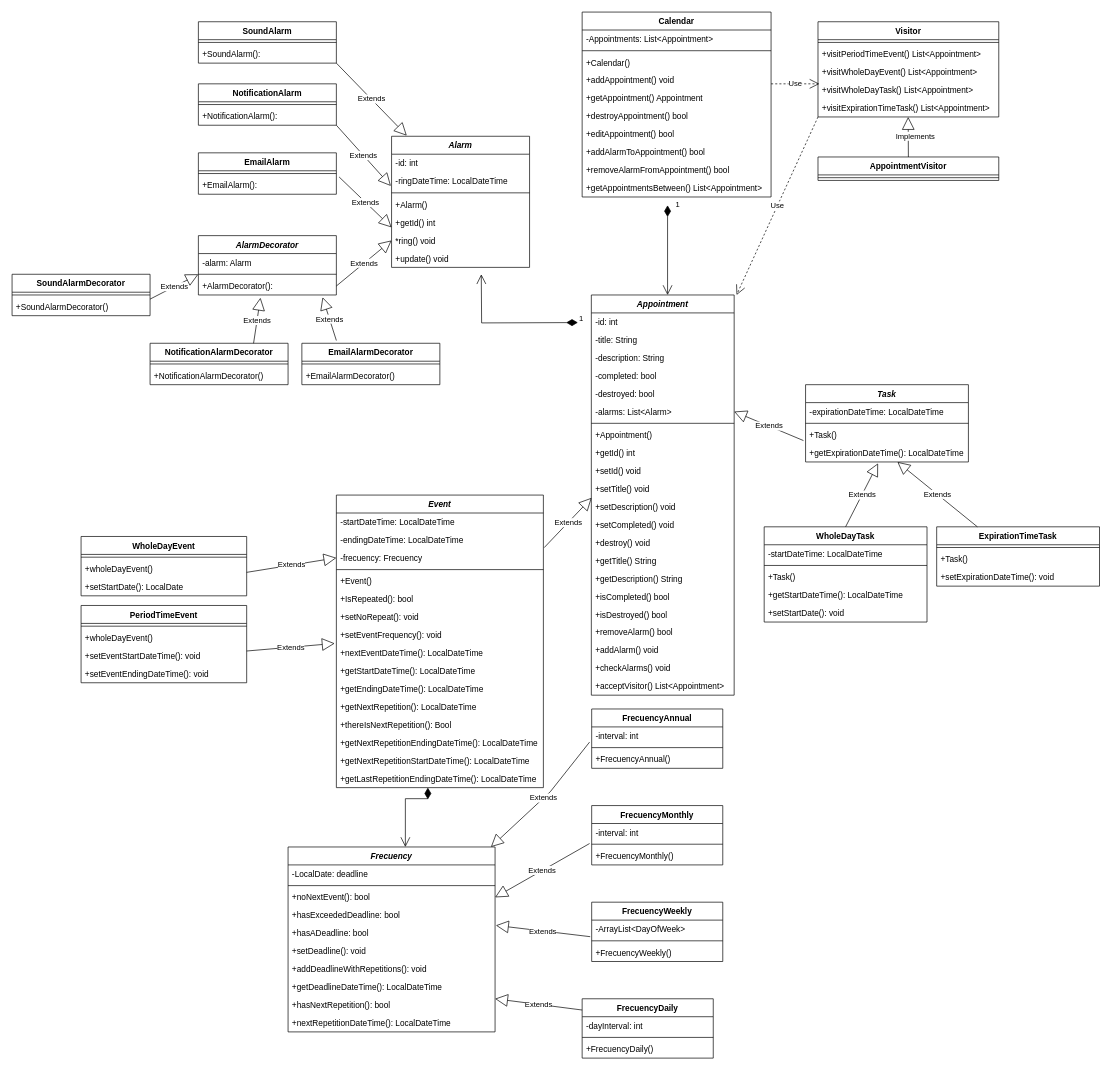
Earlier version of the draw.io diagram doc/Calendar/UML-Calendar_Class_Diagram.drawio (gmenendez0/Calendar). Source tidied: cells renumbered, new cells numbered last; positions are measured from the earlier drawing's top-left corner, leaving out a move shared by most shapes. Both pictures are drawn from the tidied source at 69%, with x=0, y=0 at pixel (12, 12).
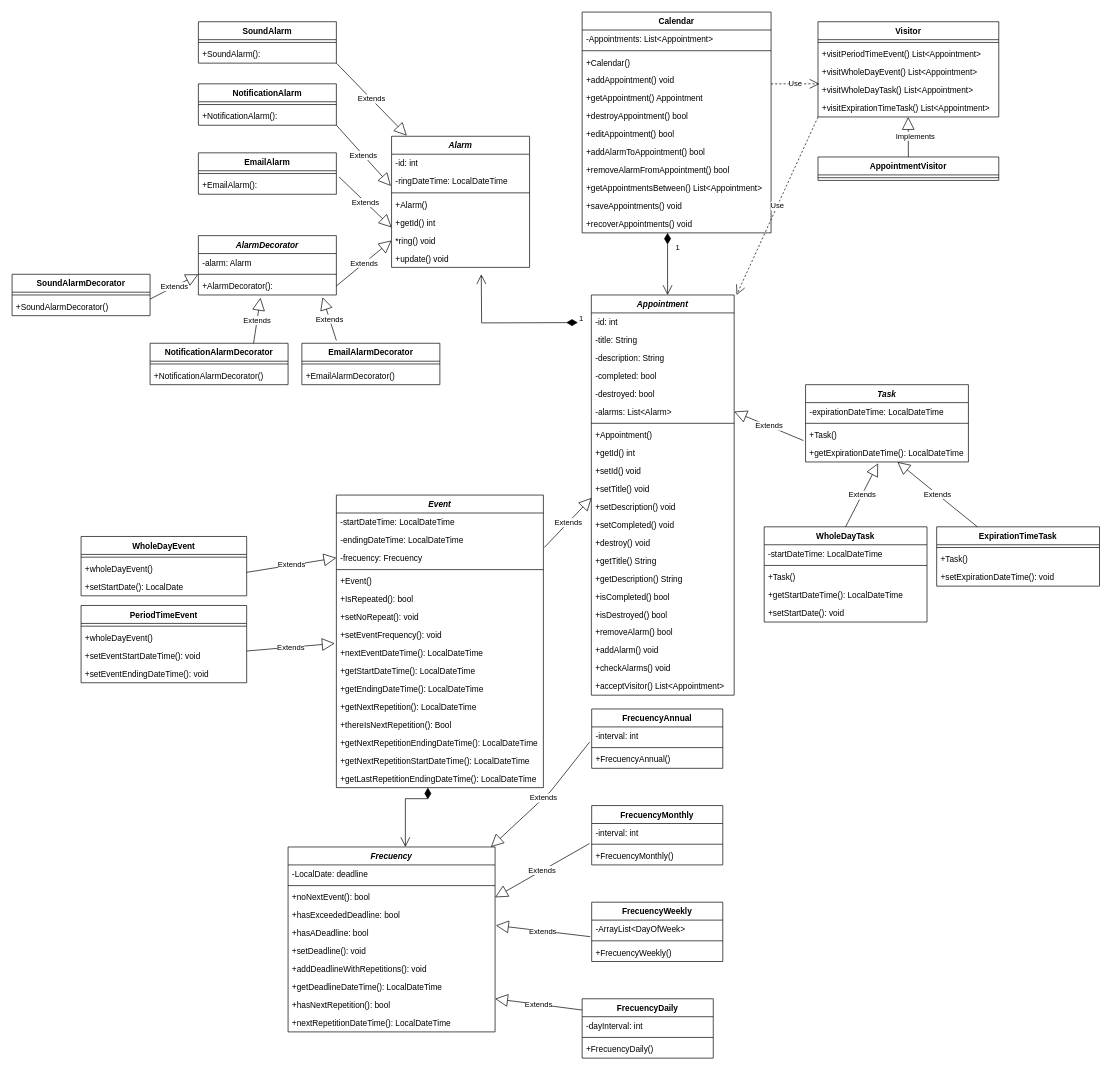
The same page after the edit.

Change to the diagram source:
```diff
@@
     <mxCell id="2" value="Calendar" style="swimlane;fontStyle=1;align=center;verticalAlign=top;horizontal=1;startSize=26;" parent="1" vertex="1">
-      <mxGeometry x="826.2" width="273.8" height="268" as="geometry" />
+      <mxGeometry x="826.2" width="273.8" height="320" as="geometry" />
     </mxCell>
@@
+    <mxCell id="166" value="+saveAppointments() void" style="text;strokeColor=none;fillColor=none;align=left;verticalAlign=top;spacingLeft=4;spacingRight=4;overflow=hidden;" parent="2" vertex="1">
+      <mxGeometry y="268" width="273.8" height="26" as="geometry" />
+    </mxCell>
+    <mxCell id="167" value="+recoverAppointments() void" style="text;strokeColor=none;fillColor=none;align=left;verticalAlign=top;spacingLeft=4;spacingRight=4;overflow=hidden;points=[[0,0.5],[1,0.5]];portConstraint=eastwest;" parent="2" vertex="1">
+      <mxGeometry y="294" width="273.8" height="26" as="geometry" />
+    </mxCell>
@@
-    <mxCell id="152" value="1" style="endArrow=open;html=1;endSize=12;startArrow=diamondThin;startSize=14;startFill=1;edgeStyle=orthogonalEdgeStyle;align=left;verticalAlign=bottom;rounded=0;" parent="1" edge="1">
-      <mxGeometry x="-0.87" y="10" relative="1" as="geometry">
-        <mxPoint x="950" y="280" as="sourcePoint" />
+    <mxCell id="152" value="1" style="endArrow=open;html=1;endSize=12;startArrow=diamondThin;startSize=14;startFill=1;edgeStyle=orthogonalEdgeStyle;align=left;verticalAlign=bottom;rounded=0;exitX=0.452;exitY=1;exitDx=0;exitDy=0;exitPerimeter=0;" parent="1" edge="1" source="167">
+      <mxGeometry x="-0.33" y="10" relative="1" as="geometry">
         <mxPoint x="950" y="410" as="targetPoint" />
       </mxGeometry>
     </mxCell>
```
